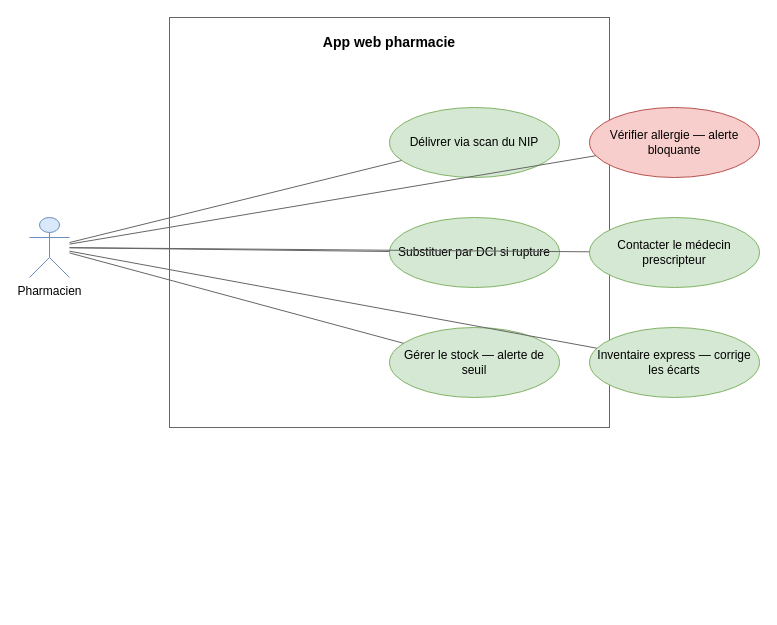
Earlier version of the draw.io diagram page "App Web Pharmacie" (7 of 9) of docs/diagrammes/LaafiCare_Cas_Utilisation.drawio (KABORE-c-elie/LaafiCare). Source tidied: cells renumbered, new cells numbered last; positions are measured from the earlier drawing's top-left corner, leaving out a move shared by most shapes. Both pictures are drawn from the tidied source at 100%, with x=0, y=0 at pixel (29, 17).
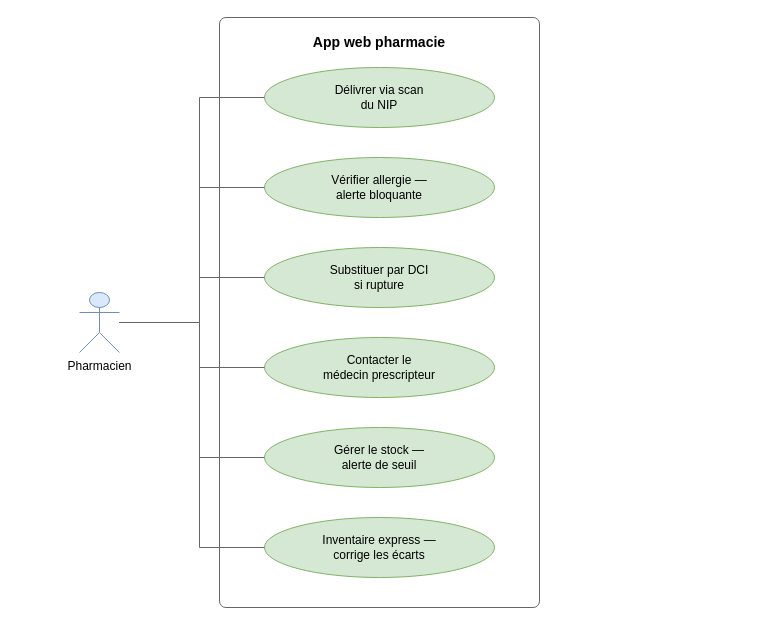
Above is the later version.

Change to the diagram source:
```diff
@@
-    <mxCell id="2" value="App web pharmacie" style="rounded=8;whiteSpace=wrap;html=1;verticalAlign=top;fillColor=none;strokeColor=#666666;fontSize=14;fontStyle=1;align=center;spacingTop=10;" parent="1" vertex="1">
-      <mxGeometry x="140" width="440" height="410" as="geometry" />
+    <mxCell id="2" value="App web pharmacie" style="rounded=1;arcSize=2;whiteSpace=wrap;html=1;verticalAlign=top;fillColor=none;strokeColor=#666666;fontSize=14;fontStyle=1;align=center;spacingTop=10;" parent="1" vertex="1">
+      <mxGeometry x="190" width="320" height="590" as="geometry" />
     </mxCell>
-    <mxCell id="3" value="Pharmacien" style="shape=umlActor;verticalLabelPosition=bottom;verticalAlign=top;html=1;outlineConnect=0;fillColor=#dae8fc;strokeColor=#6c8ebf;" parent="1" vertex="1">
-      <mxGeometry y="200" width="40" height="60" as="geometry" />
-    </mxCell>
-    <mxCell id="4" value="Délivrer via scan du NIP" style="ellipse;whiteSpace=wrap;html=1;fillColor=#d5e8d4;strokeColor=#82b366;" parent="2" vertex="1">
-      <mxGeometry x="220" y="90" width="170" height="70" as="geometry" />
+    <mxCell id="4" value="Délivrer via scan&lt;br/&gt;du NIP" style="ellipse;whiteSpace=wrap;html=1;fillColor=#d5e8d4;strokeColor=#82b366;" parent="2" vertex="1">
+      <mxGeometry x="45" y="50" width="230" height="60" as="geometry" />
     </mxCell>
-    <mxCell id="5" value="Vérifier allergie — alerte bloquante" style="ellipse;whiteSpace=wrap;html=1;fillColor=#f8cecc;strokeColor=#b85450;" parent="2" vertex="1">
-      <mxGeometry x="420" y="90" width="170" height="70" as="geometry" />
+    <mxCell id="5" value="Vérifier allergie —&lt;br/&gt;alerte bloquante" style="ellipse;whiteSpace=wrap;html=1;fillColor=#d5e8d4;strokeColor=#82b366;" parent="2" vertex="1">
+      <mxGeometry x="45" y="140" width="230" height="60" as="geometry" />
     </mxCell>
-    <mxCell id="6" value="Substituer par DCI si rupture" style="ellipse;whiteSpace=wrap;html=1;fillColor=#d5e8d4;strokeColor=#82b366;" parent="2" vertex="1">
-      <mxGeometry x="220" y="200" width="170" height="70" as="geometry" />
+    <mxCell id="6" value="Substituer par DCI&lt;br/&gt;si rupture" style="ellipse;whiteSpace=wrap;html=1;fillColor=#d5e8d4;strokeColor=#82b366;" parent="2" vertex="1">
+      <mxGeometry x="45" y="230" width="230" height="60" as="geometry" />
     </mxCell>
-    <mxCell id="7" value="Contacter le médecin prescripteur" style="ellipse;whiteSpace=wrap;html=1;fillColor=#d5e8d4;strokeColor=#82b366;" parent="2" vertex="1">
-      <mxGeometry x="420" y="200" width="170" height="70" as="geometry" />
+    <mxCell id="7" value="Contacter le&lt;br/&gt;médecin prescripteur" style="ellipse;whiteSpace=wrap;html=1;fillColor=#d5e8d4;strokeColor=#82b366;" parent="2" vertex="1">
+      <mxGeometry x="45" y="320" width="230" height="60" as="geometry" />
     </mxCell>
-    <mxCell id="8" value="Gérer le stock — alerte de seuil" style="ellipse;whiteSpace=wrap;html=1;fillColor=#d5e8d4;strokeColor=#82b366;" parent="2" vertex="1">
-      <mxGeometry x="220" y="310" width="170" height="70" as="geometry" />
+    <mxCell id="8" value="Gérer le stock —&lt;br/&gt;alerte de seuil" style="ellipse;whiteSpace=wrap;html=1;fillColor=#d5e8d4;strokeColor=#82b366;" parent="2" vertex="1">
+      <mxGeometry x="45" y="410" width="230" height="60" as="geometry" />
     </mxCell>
-    <mxCell id="9" value="Inventaire express — corrige les écarts" style="ellipse;whiteSpace=wrap;html=1;fillColor=#d5e8d4;strokeColor=#82b366;" parent="2" vertex="1">
-      <mxGeometry x="420" y="310" width="170" height="70" as="geometry" />
+    <mxCell id="9" value="Inventaire express —&lt;br/&gt;corrige les écarts" style="ellipse;whiteSpace=wrap;html=1;fillColor=#d5e8d4;strokeColor=#82b366;" parent="2" vertex="1">
+      <mxGeometry x="45" y="500" width="230" height="60" as="geometry" />
     </mxCell>
+    <mxCell id="3" value="Pharmacien" style="shape=umlActor;verticalLabelPosition=bottom;verticalAlign=top;html=1;outlineConnect=0;fillColor=#dae8fc;strokeColor=#6c8ebf;" parent="1" vertex="1">
+      <mxGeometry x="50" y="275" width="40" height="60" as="geometry" />
+    </mxCell>
-    <mxCell id="10" style="endArrow=none;html=1;strokeColor=#666666;" parent="1" edge="1" source="3" target="4">
-      <mxGeometry relative="1" as="geometry" />
+    <mxCell id="10" style="edgeStyle=orthogonalEdgeStyle;rounded=0;html=1;endArrow=none;strokeColor=#666666;fontSize=10;labelBackgroundColor=#ffffff;exitX=1;exitY=0.5;exitDx=0;exitDy=0;exitPerimeter=0;entryX=0.0000;entryY=0.5000;entryDx=0;entryDy=0;entryPerimeter=0;" parent="1" edge="1" source="3" target="4">
+      <mxGeometry relative="1" as="geometry">
+        <Array as="points">
+          <mxPoint x="170" y="305" />
+          <mxPoint x="170" y="80" />
+        </Array>
+      </mxGeometry>
     </mxCell>
-    <mxCell id="11" style="endArrow=none;html=1;strokeColor=#666666;" parent="1" edge="1" source="3" target="5">
-      <mxGeometry relative="1" as="geometry" />
+    <mxCell id="11" style="edgeStyle=orthogonalEdgeStyle;rounded=0;html=1;endArrow=none;strokeColor=#666666;fontSize=10;labelBackgroundColor=#ffffff;exitX=1;exitY=0.5;exitDx=0;exitDy=0;exitPerimeter=0;entryX=0.0000;entryY=0.5000;entryDx=0;entryDy=0;entryPerimeter=0;" parent="1" edge="1" source="3" target="5">
+      <mxGeometry relative="1" as="geometry">
+        <Array as="points">
+          <mxPoint x="170" y="305" />
+          <mxPoint x="170" y="170" />
+        </Array>
+      </mxGeometry>
     </mxCell>
-    <mxCell id="12" style="endArrow=none;html=1;strokeColor=#666666;" parent="1" edge="1" source="3" target="6">
-      <mxGeometry relative="1" as="geometry" />
+    <mxCell id="12" style="edgeStyle=orthogonalEdgeStyle;rounded=0;html=1;endArrow=none;strokeColor=#666666;fontSize=10;labelBackgroundColor=#ffffff;exitX=1;exitY=0.5;exitDx=0;exitDy=0;exitPerimeter=0;entryX=0.0000;entryY=0.5000;entryDx=0;entryDy=0;entryPerimeter=0;" parent="1" edge="1" source="3" target="6">
+      <mxGeometry relative="1" as="geometry">
+        <Array as="points">
+          <mxPoint x="170" y="305" />
+          <mxPoint x="170" y="260" />
+        </Array>
+      </mxGeometry>
     </mxCell>
-    <mxCell id="13" style="endArrow=none;html=1;strokeColor=#666666;" parent="1" edge="1" source="3" target="7">
-      <mxGeometry relative="1" as="geometry" />
+    <mxCell id="13" style="edgeStyle=orthogonalEdgeStyle;rounded=0;html=1;endArrow=none;strokeColor=#666666;fontSize=10;labelBackgroundColor=#ffffff;exitX=1;exitY=0.5;exitDx=0;exitDy=0;exitPerimeter=0;entryX=0.0000;entryY=0.5000;entryDx=0;entryDy=0;entryPerimeter=0;" parent="1" edge="1" source="3" target="7">
+      <mxGeometry relative="1" as="geometry">
+        <Array as="points">
+          <mxPoint x="170" y="305" />
+          <mxPoint x="170" y="350" />
+        </Array>
+      </mxGeometry>
     </mxCell>
-    <mxCell id="14" style="endArrow=none;html=1;strokeColor=#666666;" parent="1" edge="1" source="3" target="8">
-      <mxGeometry relative="1" as="geometry" />
+    <mxCell id="14" style="edgeStyle=orthogonalEdgeStyle;rounded=0;html=1;endArrow=none;strokeColor=#666666;fontSize=10;labelBackgroundColor=#ffffff;exitX=1;exitY=0.5;exitDx=0;exitDy=0;exitPerimeter=0;entryX=0.0000;entryY=0.5000;entryDx=0;entryDy=0;entryPerimeter=0;" parent="1" edge="1" source="3" target="8">
+      <mxGeometry relative="1" as="geometry">
+        <Array as="points">
+          <mxPoint x="170" y="305" />
+          <mxPoint x="170" y="440" />
+        </Array>
+      </mxGeometry>
     </mxCell>
-    <mxCell id="15" style="endArrow=none;html=1;strokeColor=#666666;" parent="1" edge="1" source="3" target="9">
-      <mxGeometry relative="1" as="geometry" />
+    <mxCell id="15" style="edgeStyle=orthogonalEdgeStyle;rounded=0;html=1;endArrow=none;strokeColor=#666666;fontSize=10;labelBackgroundColor=#ffffff;exitX=1;exitY=0.5;exitDx=0;exitDy=0;exitPerimeter=0;entryX=0.0000;entryY=0.5000;entryDx=0;entryDy=0;entryPerimeter=0;" parent="1" edge="1" source="3" target="9">
+      <mxGeometry relative="1" as="geometry">
+        <Array as="points">
+          <mxPoint x="170" y="305" />
+          <mxPoint x="170" y="530" />
+        </Array>
+      </mxGeometry>
     </mxCell>
```
